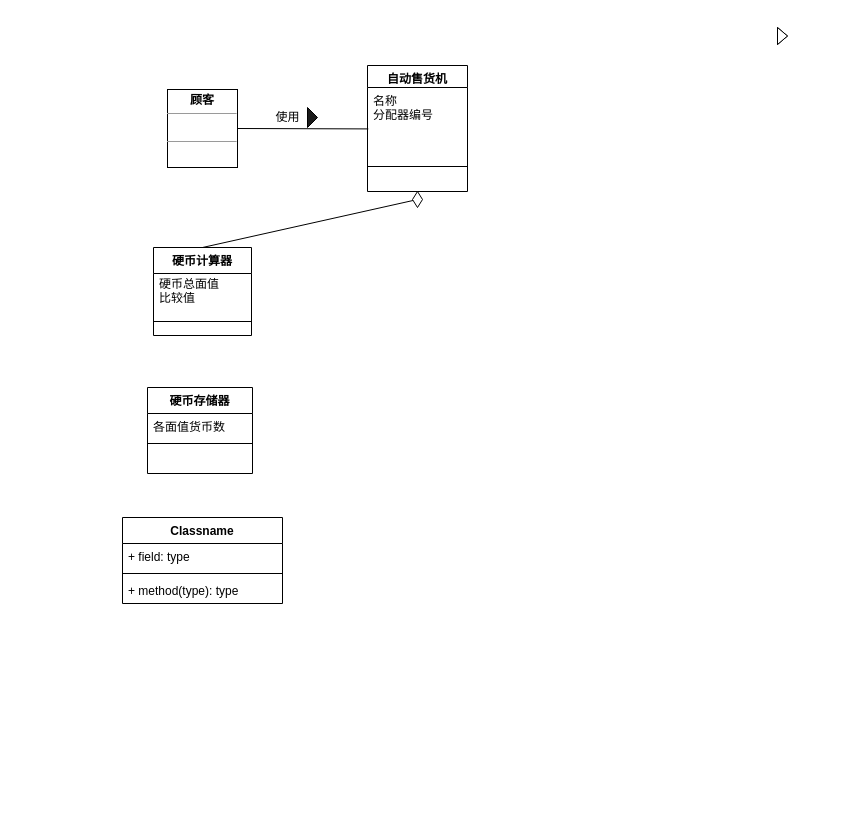
Earlier version of the draw.io diagram page "Page-2" (1 of 3) of images/Untitled Diagram.drawio (weiba6666/Markdown). Source tidied: cells renumbered, new cells numbered last; positions are measured from the earlier drawing's top-left corner, leaving out a move shared by most shapes. Both pictures are drawn from the tidied source at 100%, with x=0, y=0 at pixel (122, 27).
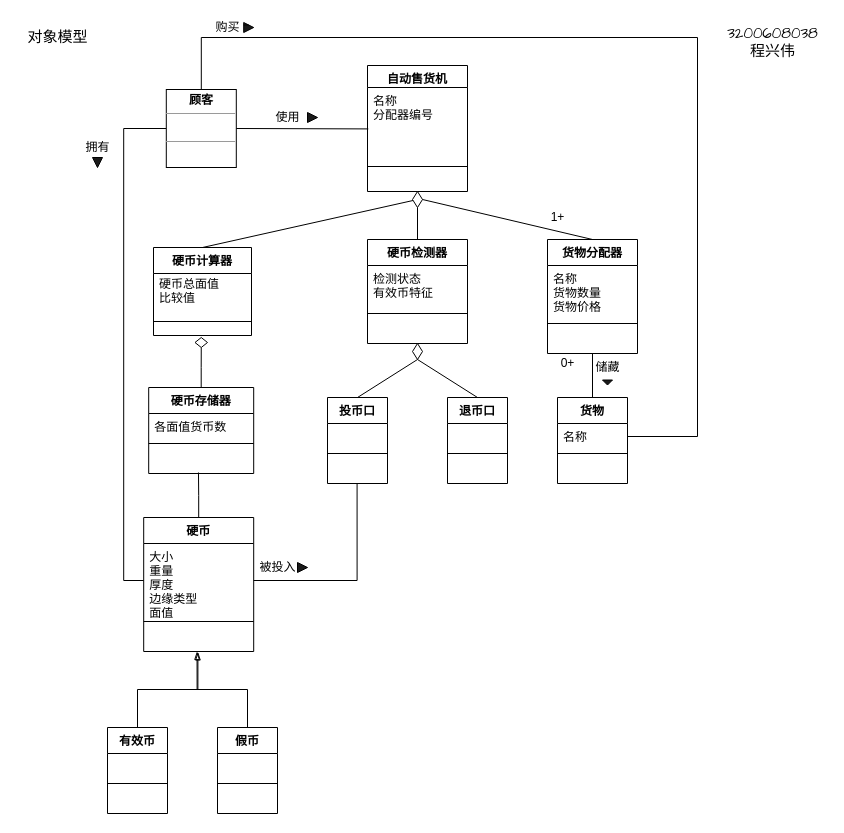
Above is the later version.

Unchanged cells that the change refers to:
```xml
<mxCell id="22" value="     " style="text;strokeColor=none;fillColor=none;align=left;verticalAlign=top;spacingLeft=4;spacingRight=4;overflow=hidden;points=[[0,0.5],[1,0.5]];portConstraint=eastwest;" parent="19" vertex="1">
  <mxGeometry y="60" width="105" height="26" as="geometry" />
</mxCell>
<mxCell id="24" style="rhombus;whiteSpace=wrap;html=1;fontStyle=1;verticalAlign=top;fillColor=#FFFFFF;startSize=26;" parent="1" vertex="1">
  <mxGeometry x="290" y="164" width="10" height="16" as="geometry" />
</mxCell>
```

Change to the diagram source:
```diff
@@
+    <mxCell id="25" style="edgeStyle=orthogonalEdgeStyle;rounded=0;jettySize=auto;html=1;exitX=0;exitY=0.5;exitDx=0;exitDy=0;entryX=0;entryY=0.5;entryDx=0;entryDy=0;endArrow=none;endFill=0;" parent="1" edge="1" source="3" target="16">
+      <mxGeometry relative="1" as="geometry" />
+    </mxCell>
+    <mxCell id="26" style="edgeStyle=orthogonalEdgeStyle;rounded=0;jettySize=auto;html=1;entryX=1;entryY=0.5;entryDx=0;entryDy=0;endArrow=none;endFill=0;" parent="1" edge="1" source="3" target="61">
+      <mxGeometry relative="1" as="geometry">
+        <Array as="points">
+          <mxPoint x="79" y="10" />
+          <mxPoint x="575" y="10" />
+          <mxPoint x="575" y="409" />
+        </Array>
+      </mxGeometry>
+    </mxCell>
     <mxCell id="3" value="&lt;p style=&quot;margin: 4px 0px 0px&quot;&gt;&lt;b&gt;顾客&lt;/b&gt;&lt;/p&gt;&lt;hr size=&quot;1&quot;&gt;&lt;p style=&quot;margin: 0px ; margin-left: 4px&quot;&gt;&lt;br&gt;&lt;/p&gt;&lt;hr size=&quot;1&quot;&gt;&lt;p style=&quot;margin: 0px ; margin-left: 4px&quot;&gt;&lt;br&gt;&lt;/p&gt;" style="verticalAlign=top;align=center;overflow=fill;fontSize=12;fontFamily=Helvetica;html=1;rounded=0;shadow=0;comic=0;labelBackgroundColor=none;strokeWidth=1;" parent="1" vertex="1">
-      <mxGeometry x="45" y="62" width="70" height="78" as="geometry" />
+      <mxGeometry x="43.8" y="62" width="70" height="78" as="geometry" />
     </mxCell>
@@
-    <mxCell id="9" style="triangle;whiteSpace=wrap;html=1;align=center;" parent="1" vertex="1">
-      <mxGeometry x="655" width="10" height="17" as="geometry" />
-    </mxCell>
-    <mxCell id="10" style="triangle;whiteSpace=wrap;html=1;align=center;" parent="1" vertex="1">
-      <mxGeometry x="655" width="10" height="17" as="geometry" />
-    </mxCell>
     <mxCell id="11" style="triangle;whiteSpace=wrap;html=1;align=center;fillColor=#1A1A1A;" parent="1" vertex="1">
-      <mxGeometry x="185" y="80" width="10" height="20" as="geometry" />
+      <mxGeometry x="185" y="85" width="10" height="10" as="geometry" />
     </mxCell>
@@
+    <mxCell id="27" style="edgeStyle=orthogonalEdgeStyle;rounded=0;jettySize=auto;html=1;entryX=0.474;entryY=0.962;entryDx=0;entryDy=0;entryPerimeter=0;endArrow=none;endFill=0;" parent="1" edge="1" source="15" target="22">
+      <mxGeometry relative="1" as="geometry" />
+    </mxCell>
-    <mxCell id="15" value="Classname" style="swimlane;fontStyle=1;align=center;verticalAlign=top;horizontal=1;startSize=26;fillColor=#FFFFFF;" parent="1" vertex="1">
-      <mxGeometry y="490" width="160" height="86" as="geometry" />
+    <mxCell id="15" value="硬币" style="swimlane;fontStyle=1;align=center;verticalAlign=top;horizontal=1;startSize=26;fillColor=#FFFFFF;" parent="1" vertex="1">
+      <mxGeometry x="21.2" y="490" width="110" height="134" as="geometry" />
     </mxCell>
-    <mxCell id="16" value="+ field: type" style="text;strokeColor=none;fillColor=none;align=left;verticalAlign=top;spacingLeft=4;spacingRight=4;overflow=hidden;points=[[0,0.5],[1,0.5]];portConstraint=eastwest;" parent="15" vertex="1">
-      <mxGeometry y="26" width="160" height="26" as="geometry" />
+    <mxCell id="16" value="大小&#10;重量&#10;厚度&#10;边缘类型&#10;面值" style="text;strokeColor=none;fillColor=none;align=left;verticalAlign=top;spacingLeft=4;spacingRight=4;overflow=hidden;points=[[0,0.5],[1,0.5]];portConstraint=eastwest;" parent="15" vertex="1">
+      <mxGeometry y="26" width="110" height="74" as="geometry" />
     </mxCell>
     <mxCell id="17" style="line;strokeWidth=1;fillColor=none;align=left;verticalAlign=middle;spacingTop=-1;spacingLeft=3;spacingRight=3;labelPosition=right;" parent="15" vertex="1">
-      <mxGeometry y="52" width="160" height="8" as="geometry" />
+      <mxGeometry y="100" width="110" height="8" as="geometry" />
     </mxCell>
-    <mxCell id="18" value="+ method(type): type" style="text;strokeColor=none;fillColor=none;align=left;verticalAlign=top;spacingLeft=4;spacingRight=4;overflow=hidden;points=[[0,0.5],[1,0.5]];portConstraint=eastwest;" parent="15" vertex="1">
-      <mxGeometry y="60" width="160" height="26" as="geometry" />
+    <mxCell id="18" value=" " style="text;strokeColor=none;fillColor=none;align=left;verticalAlign=top;spacingLeft=4;spacingRight=4;overflow=hidden;points=[[0,0.5],[1,0.5]];portConstraint=eastwest;" parent="15" vertex="1">
+      <mxGeometry y="108" width="110" height="26" as="geometry" />
     </mxCell>
+    <mxCell id="28" style="edgeStyle=orthogonalEdgeStyle;rounded=0;jettySize=auto;html=1;entryX=0.5;entryY=1;entryDx=0;entryDy=0;endArrow=none;endFill=0;" parent="1" edge="1" source="19" target="64">
+      <mxGeometry relative="1" as="geometry" />
+    </mxCell>
     <mxCell id="19" value="硬币存储器" style="swimlane;fontStyle=1;align=center;verticalAlign=top;horizontal=1;startSize=26;fillColor=#FFFFFF;" parent="1" vertex="1">
-      <mxGeometry x="25" y="360" width="105" height="86" as="geometry" />
+      <mxGeometry x="26.2" y="360" width="105" height="86" as="geometry" />
     </mxCell>
@@
+    <mxCell id="29" style="edgeStyle=orthogonalEdgeStyle;rounded=0;jettySize=auto;html=1;entryX=0.493;entryY=1.018;entryDx=0;entryDy=0;entryPerimeter=0;endArrow=blockThin;endFill=0;" parent="1" edge="1" source="30" target="18">
+      <mxGeometry relative="1" as="geometry" />
+    </mxCell>
+    <mxCell id="30" value="有效币" style="swimlane;fontStyle=1;align=center;verticalAlign=top;horizontal=1;startSize=26;" parent="1" vertex="1">
+      <mxGeometry x="-15" y="700" width="60" height="86" as="geometry" />
+    </mxCell>
+    <mxCell id="31" value=" " style="text;strokeColor=none;fillColor=none;align=left;verticalAlign=top;spacingLeft=4;spacingRight=4;overflow=hidden;" parent="30" vertex="1">
+      <mxGeometry y="26" width="60" height="26" as="geometry" />
+    </mxCell>
+    <mxCell id="32" style="line;strokeWidth=1;fillColor=none;align=left;verticalAlign=middle;spacingTop=-1;spacingLeft=3;spacingRight=3;labelPosition=right;" parent="30" vertex="1">
+      <mxGeometry y="52" width="60" height="8" as="geometry" />
+    </mxCell>
+    <mxCell id="33" value=" " style="text;strokeColor=none;fillColor=none;align=left;verticalAlign=top;spacingLeft=4;spacingRight=4;overflow=hidden;" parent="30" vertex="1">
+      <mxGeometry y="60" width="60" height="26" as="geometry" />
+    </mxCell>
+    <mxCell id="34" style="edgeStyle=orthogonalEdgeStyle;rounded=0;jettySize=auto;html=1;endArrow=blockThin;endFill=0;exitX=0.5;exitY=0;exitDx=0;exitDy=0;entryX=0.485;entryY=1;entryDx=0;entryDy=0;entryPerimeter=0;" parent="1" edge="1" source="35" target="18">
+      <mxGeometry relative="1" as="geometry" />
+    </mxCell>
+    <mxCell id="35" value="假币" style="swimlane;fontStyle=1;align=center;verticalAlign=top;horizontal=1;startSize=26;" parent="1" vertex="1">
+      <mxGeometry x="95" y="700" width="60" height="86" as="geometry" />
+    </mxCell>
+    <mxCell id="36" value=" " style="text;strokeColor=none;fillColor=none;align=left;verticalAlign=top;spacingLeft=4;spacingRight=4;overflow=hidden;" parent="35" vertex="1">
+      <mxGeometry y="26" width="60" height="26" as="geometry" />
+    </mxCell>
+    <mxCell id="37" style="line;strokeWidth=1;fillColor=none;align=left;verticalAlign=middle;spacingTop=-1;spacingLeft=3;spacingRight=3;labelPosition=right;" parent="35" vertex="1">
+      <mxGeometry y="52" width="60" height="8" as="geometry" />
+    </mxCell>
+    <mxCell id="38" value=" " style="text;strokeColor=none;fillColor=none;align=left;verticalAlign=top;spacingLeft=4;spacingRight=4;overflow=hidden;" parent="35" vertex="1">
+      <mxGeometry y="60" width="60" height="26" as="geometry" />
+    </mxCell>
+    <mxCell id="39" style="edgeStyle=orthogonalEdgeStyle;rounded=0;jettySize=auto;html=1;exitX=0.5;exitY=0;exitDx=0;exitDy=0;entryX=0.5;entryY=1;entryDx=0;entryDy=0;endArrow=none;endFill=0;" parent="1" edge="1" source="40" target="24">
+      <mxGeometry relative="1" as="geometry" />
+    </mxCell>
+    <mxCell id="40" value="硬币检测器" style="swimlane;fontStyle=1;align=center;verticalAlign=top;horizontal=1;startSize=26;" parent="1" vertex="1">
+      <mxGeometry x="245" y="212" width="100" height="104" as="geometry" />
+    </mxCell>
+    <mxCell id="41" value="检测状态&#10;有效币特征" style="text;strokeColor=none;fillColor=none;align=left;verticalAlign=top;spacingLeft=4;spacingRight=4;overflow=hidden;" parent="40" vertex="1">
+      <mxGeometry y="26" width="100" height="44" as="geometry" />
+    </mxCell>
+    <mxCell id="42" style="line;strokeWidth=1;fillColor=none;align=left;verticalAlign=middle;spacingTop=-1;spacingLeft=3;spacingRight=3;labelPosition=right;" parent="40" vertex="1">
+      <mxGeometry y="70" width="100" height="8" as="geometry" />
+    </mxCell>
+    <mxCell id="43" value=" " style="text;strokeColor=none;fillColor=none;align=left;verticalAlign=top;spacingLeft=4;spacingRight=4;overflow=hidden;" parent="40" vertex="1">
+      <mxGeometry y="78" width="100" height="26" as="geometry" />
+    </mxCell>
+    <mxCell id="44" style="edgeStyle=none;rounded=0;jettySize=auto;html=1;entryX=0.5;entryY=1;entryDx=0;entryDy=0;endArrow=none;endFill=0;exitX=0.5;exitY=0;exitDx=0;exitDy=0;" parent="1" edge="1" source="45" target="65">
+      <mxGeometry relative="1" as="geometry" />
+    </mxCell>
+    <mxCell id="45" value="投币口" style="swimlane;fontStyle=1;align=center;verticalAlign=top;horizontal=1;startSize=26;" parent="1" vertex="1">
+      <mxGeometry x="205" y="370" width="60" height="86" as="geometry" />
+    </mxCell>
+    <mxCell id="46" value=" " style="text;strokeColor=none;fillColor=none;align=left;verticalAlign=top;spacingLeft=4;spacingRight=4;overflow=hidden;" parent="45" vertex="1">
+      <mxGeometry y="26" width="60" height="26" as="geometry" />
+    </mxCell>
+    <mxCell id="47" style="line;strokeWidth=1;fillColor=none;align=left;verticalAlign=middle;spacingTop=-1;spacingLeft=3;spacingRight=3;labelPosition=right;" parent="45" vertex="1">
+      <mxGeometry y="52" width="60" height="8" as="geometry" />
+    </mxCell>
+    <mxCell id="48" value=" " style="text;strokeColor=none;fillColor=none;align=left;verticalAlign=top;spacingLeft=4;spacingRight=4;overflow=hidden;points=[[0,0.5],[1,0.5]];portConstraint=eastwest;" parent="45" vertex="1">
+      <mxGeometry y="60" width="60" height="26" as="geometry" />
+    </mxCell>
+    <mxCell id="49" style="edgeStyle=none;rounded=0;jettySize=auto;html=1;entryX=0.5;entryY=1;entryDx=0;entryDy=0;endArrow=none;endFill=0;exitX=0.5;exitY=0;exitDx=0;exitDy=0;" parent="1" edge="1" source="50" target="65">
+      <mxGeometry relative="1" as="geometry" />
+    </mxCell>
+    <mxCell id="50" value="退币口" style="swimlane;fontStyle=1;align=center;verticalAlign=top;horizontal=1;startSize=26;" parent="1" vertex="1">
+      <mxGeometry x="325" y="370" width="60" height="86" as="geometry" />
+    </mxCell>
+    <mxCell id="51" value=" " style="text;strokeColor=none;fillColor=none;align=left;verticalAlign=top;spacingLeft=4;spacingRight=4;overflow=hidden;" parent="50" vertex="1">
+      <mxGeometry y="26" width="60" height="26" as="geometry" />
+    </mxCell>
+    <mxCell id="52" style="line;strokeWidth=1;fillColor=none;align=left;verticalAlign=middle;spacingTop=-1;spacingLeft=3;spacingRight=3;labelPosition=right;" parent="50" vertex="1">
+      <mxGeometry y="52" width="60" height="8" as="geometry" />
+    </mxCell>
+    <mxCell id="53" value=" " style="text;strokeColor=none;fillColor=none;align=left;verticalAlign=top;spacingLeft=4;spacingRight=4;overflow=hidden;" parent="50" vertex="1">
+      <mxGeometry y="60" width="60" height="26" as="geometry" />
+    </mxCell>
+    <mxCell id="54" style="rounded=0;jettySize=auto;html=1;exitX=0.5;exitY=0;exitDx=0;exitDy=0;entryX=1;entryY=0.5;entryDx=0;entryDy=0;endArrow=none;endFill=0;" parent="1" edge="1" source="55" target="24">
+      <mxGeometry relative="1" as="geometry" />
+    </mxCell>
+    <mxCell id="55" value="货物分配器" style="swimlane;fontStyle=1;align=center;verticalAlign=top;horizontal=1;startSize=26;" parent="1" vertex="1">
+      <mxGeometry x="425" y="212" width="90" height="114" as="geometry" />
+    </mxCell>
+    <mxCell id="56" value="名称&#10;货物数量&#10;货物价格" style="text;strokeColor=none;fillColor=none;align=left;verticalAlign=top;spacingLeft=4;spacingRight=4;overflow=hidden;" parent="55" vertex="1">
+      <mxGeometry y="26" width="90" height="54" as="geometry" />
+    </mxCell>
+    <mxCell id="57" style="line;strokeWidth=1;fillColor=none;align=left;verticalAlign=middle;spacingTop=-1;spacingLeft=3;spacingRight=3;labelPosition=right;" parent="55" vertex="1">
+      <mxGeometry y="80" width="90" height="8" as="geometry" />
+    </mxCell>
+    <mxCell id="58" value=" " style="text;strokeColor=none;fillColor=none;align=left;verticalAlign=top;spacingLeft=4;spacingRight=4;overflow=hidden;points=[[0,0.5],[1,0.5]];portConstraint=eastwest;" parent="55" vertex="1">
+      <mxGeometry y="88" width="90" height="26" as="geometry" />
+    </mxCell>
+    <mxCell id="59" style="edgeStyle=none;rounded=0;jettySize=auto;html=1;endArrow=none;endFill=0;" parent="1" edge="1" source="60" target="58">
+      <mxGeometry relative="1" as="geometry" />
+    </mxCell>
+    <mxCell id="60" value="货物" style="swimlane;fontStyle=1;align=center;verticalAlign=top;horizontal=1;startSize=26;" parent="1" vertex="1">
+      <mxGeometry x="435" y="370" width="70" height="86" as="geometry" />
+    </mxCell>
+    <mxCell id="61" value="名称" style="text;strokeColor=none;fillColor=none;align=left;verticalAlign=top;spacingLeft=4;spacingRight=4;overflow=hidden;points=[[0,0.5],[1,0.5]];portConstraint=eastwest;" parent="60" vertex="1">
+      <mxGeometry y="26" width="70" height="26" as="geometry" />
+    </mxCell>
+    <mxCell id="62" style="line;strokeWidth=1;fillColor=none;align=left;verticalAlign=middle;spacingTop=-1;spacingLeft=3;spacingRight=3;labelPosition=right;" parent="60" vertex="1">
+      <mxGeometry y="52" width="70" height="8" as="geometry" />
+    </mxCell>
+    <mxCell id="63" value=" " style="text;strokeColor=none;fillColor=none;align=left;verticalAlign=top;spacingLeft=4;spacingRight=4;overflow=hidden;" parent="60" vertex="1">
+      <mxGeometry y="60" width="70" height="26" as="geometry" />
+    </mxCell>
+    <mxCell id="64" style="rhombus;whiteSpace=wrap;html=1;fontStyle=1;verticalAlign=top;fillColor=#FFFFFF;startSize=26;" parent="1" vertex="1">
+      <mxGeometry x="72.5" y="310" width="12.5" height="10" as="geometry" />
+    </mxCell>
+    <mxCell id="65" style="rhombus;whiteSpace=wrap;html=1;fontStyle=1;verticalAlign=top;fillColor=#FFFFFF;startSize=26;" parent="1" vertex="1">
+      <mxGeometry x="290" y="316" width="10" height="16" as="geometry" />
+    </mxCell>
+    <mxCell id="66" style="edgeStyle=none;rounded=0;orthogonalLoop=1;jettySize=auto;html=1;entryX=0.5;entryY=0;entryDx=0;entryDy=0;endArrow=none;endFill=0;" parent="1" edge="1" source="30" target="30">
+      <mxGeometry relative="1" as="geometry" />
+    </mxCell>
+    <mxCell id="67" value="购买" style="text;html=1;align=center;verticalAlign=middle;strokeColor=none;fillColor=none;" parent="1" vertex="1">
+      <mxGeometry x="85" y="-10" width="40" height="20" as="geometry" />
+    </mxCell>
+    <mxCell id="68" style="triangle;whiteSpace=wrap;html=1;align=center;fillColor=#1A1A1A;" parent="1" vertex="1">
+      <mxGeometry x="121.2" y="-5" width="10" height="10" as="geometry" />
+    </mxCell>
+    <mxCell id="69" style="edgeStyle=orthogonalEdgeStyle;rounded=0;orthogonalLoop=1;jettySize=auto;html=1;exitX=0.5;exitY=0;exitDx=0;exitDy=0;entryX=0;entryY=0.25;entryDx=0;entryDy=0;endArrow=none;endFill=0;" parent="1" edge="1" source="68" target="68">
+      <mxGeometry relative="1" as="geometry" />
+    </mxCell>
+    <mxCell id="70" value="储藏" style="text;html=1;align=center;verticalAlign=middle;strokeColor=none;fillColor=none;" parent="1" vertex="1">
+      <mxGeometry x="465" y="330" width="40" height="20" as="geometry" />
+    </mxCell>
+    <mxCell id="71" style="triangle;whiteSpace=wrap;html=1;align=center;fillColor=#1A1A1A;rotation=90;" parent="1" vertex="1">
+      <mxGeometry x="482.5" y="350" width="5" height="10" as="geometry" />
+    </mxCell>
+    <mxCell id="72" value="0+" style="text;html=1;align=center;verticalAlign=middle;strokeColor=none;fillColor=none;" parent="1" vertex="1">
+      <mxGeometry x="430" y="326" width="30" height="20" as="geometry" />
+    </mxCell>
+    <mxCell id="73" value="1+" style="text;html=1;align=center;verticalAlign=middle;strokeColor=none;fillColor=none;" parent="1" vertex="1">
+      <mxGeometry x="420" y="180" width="30" height="20" as="geometry" />
+    </mxCell>
+    <mxCell id="74" value="拥有" style="text;html=1;align=center;verticalAlign=middle;strokeColor=none;fillColor=none;" parent="1" vertex="1">
+      <mxGeometry x="-45" y="110" width="40" height="20" as="geometry" />
+    </mxCell>
+    <mxCell id="75" style="triangle;whiteSpace=wrap;html=1;align=center;fillColor=#1A1A1A;rotation=90;" parent="1" vertex="1">
+      <mxGeometry x="-30" y="130" width="10" height="10" as="geometry" />
+    </mxCell>
+    <mxCell id="76" style="edgeStyle=orthogonalEdgeStyle;rounded=0;jettySize=auto;html=1;endArrow=none;endFill=0;entryX=0.493;entryY=0.997;entryDx=0;entryDy=0;entryPerimeter=0;" parent="1" edge="1" source="16" target="48">
+      <mxGeometry relative="1" as="geometry" />
+    </mxCell>
+    <mxCell id="77" value="被投入" style="text;html=1;align=center;verticalAlign=middle;strokeColor=none;fillColor=none;" parent="1" vertex="1">
+      <mxGeometry x="130" y="530" width="50" height="20" as="geometry" />
+    </mxCell>
+    <mxCell id="78" style="triangle;whiteSpace=wrap;html=1;align=center;fillColor=#1A1A1A;" parent="1" vertex="1">
+      <mxGeometry x="175" y="535" width="10" height="10" as="geometry" />
+    </mxCell>
+    <mxCell id="79" value="3200608038&lt;br&gt;程兴伟&lt;br&gt;" style="text;html=1;align=center;verticalAlign=middle;strokeColor=none;fillColor=none;fontSize=15;fontFamily=Comic Sans MS;" parent="1" vertex="1">
+      <mxGeometry x="595" y="-5" width="110" height="40" as="geometry" />
+    </mxCell>
+    <mxCell id="80" value="对象模型" style="text;html=1;align=center;verticalAlign=middle;strokeColor=none;fillColor=none;fontSize=15;fontFamily=Comic Sans MS;" parent="1" vertex="1">
+      <mxGeometry x="-105" width="80" height="20" as="geometry" />
+    </mxCell>
```
